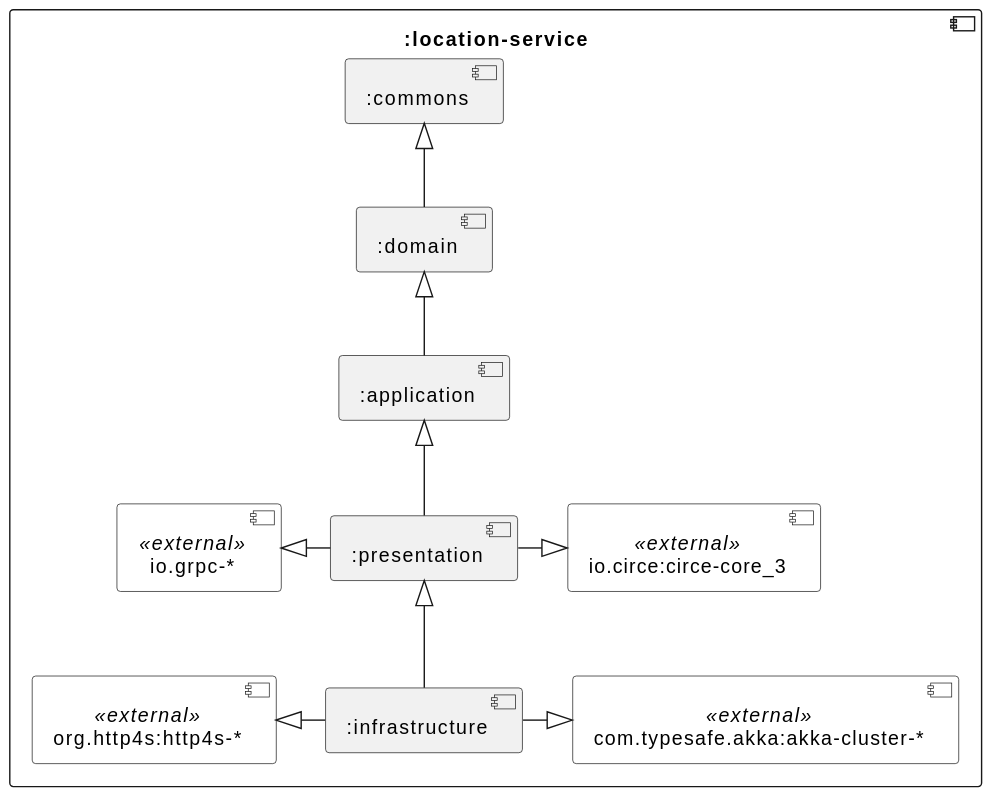
The PlantUML diagram res/repo-structure-light.svg in position-pal/position-pal.github.io, before a commit.
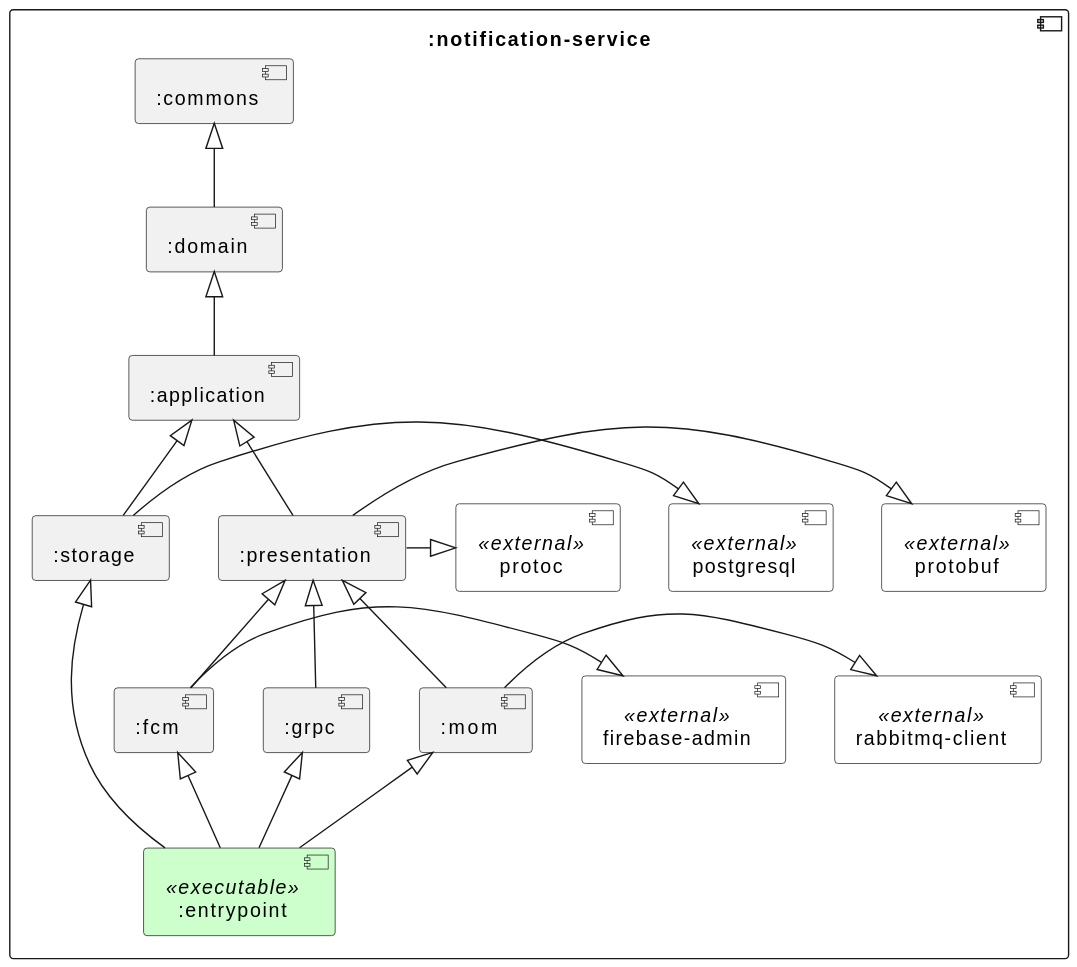
The same file after the commit.

Diff of the diagram source:
```diff
@@ -7,26 +7,49 @@
 skinparam DatabaseBackgroundColor LightYellow
 skinparam NodeBackgroundColor White
 
-component ":location-service" {
+component ":notification-service" {
     [:commons] as C
     [:domain] as D
     [:application] as A
 
+    [:storage] as storage
+    [postgresql] as postgres <<external>>
+
     [:presentation] as P
-    [io.circe:circe-core_3] as circe <<external>>
-    [io.grpc-*] as grpc <<external>>
+    [protoc] as protoc <<external>>
+    [protobuf] as protobuf <<external>>
 
-    [:infrastructure] as I
-    [org.http4s:http4s-*] as http4s <<external>>
-    [com.typesafe.akka:akka-cluster-*] as akka <<external>>
+    [:fcm] as fcm
+    [firebase-admin] as firebase <<external>>
+
+    [:grpc] as grpc
+
+    [:mom] as mom
+    [rabbitmq-client] as mq <<external>>
+
+    [:entrypoint] as entry <<executable>>
 
     D -up-|> C
     A -up-|> D
+
+    storage -up-|> A
+    postgres <|-r- storage
+
     P -up-|> A
-    circe <|-left- P
-    grpc <|-right- P
-    I -up-|> P
-    http4s <|- I
-    I -|> akka
+    protoc <|-l- P
+    protobuf <|-l- P
+
+    fcm -up-|> P
+    firebase <|-l- fcm
+
+    grpc -up-|> P
+
+    mom -up-|> P
+    mq <|-l- mom
+
+    entry -up-|> fcm
+    entry -up-|> grpc
+    entry -up-|> mom
+    entry -up-|> storage
 }
 @enduml
```
